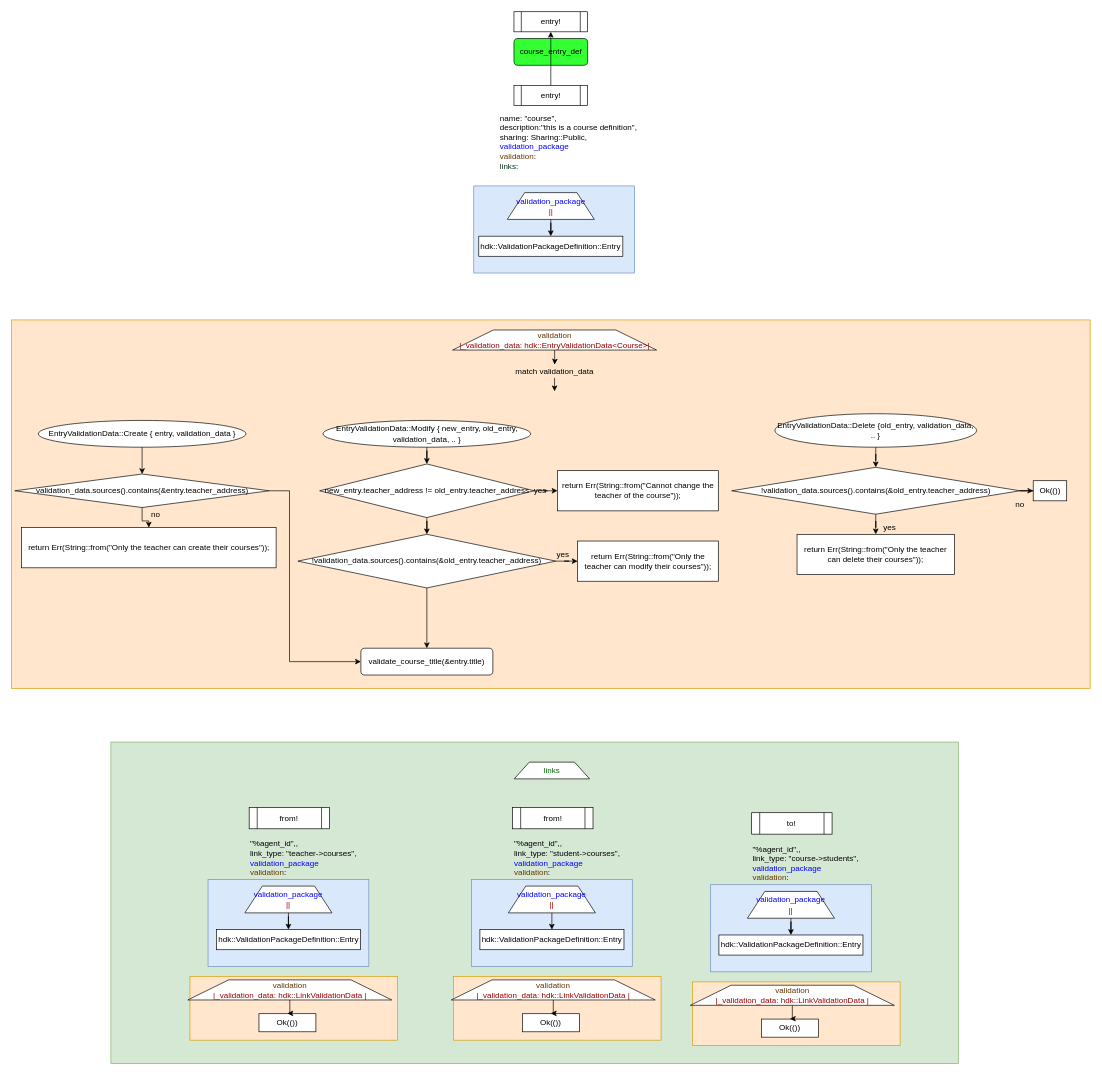
Above: page "course: course_entry_def" (4 of 8) of Untitled Diagram.drawio in sdelvalle57/hUdemy (draw.io), before the change. Source tidied: cells renumbered, new cells numbered last; positions are measured from the earlier drawing's top-left corner, leaving out a move shared by most shapes. Both pictures are drawn from the tidied source at 67%, with x=0, y=0 at pixel (11, 11).
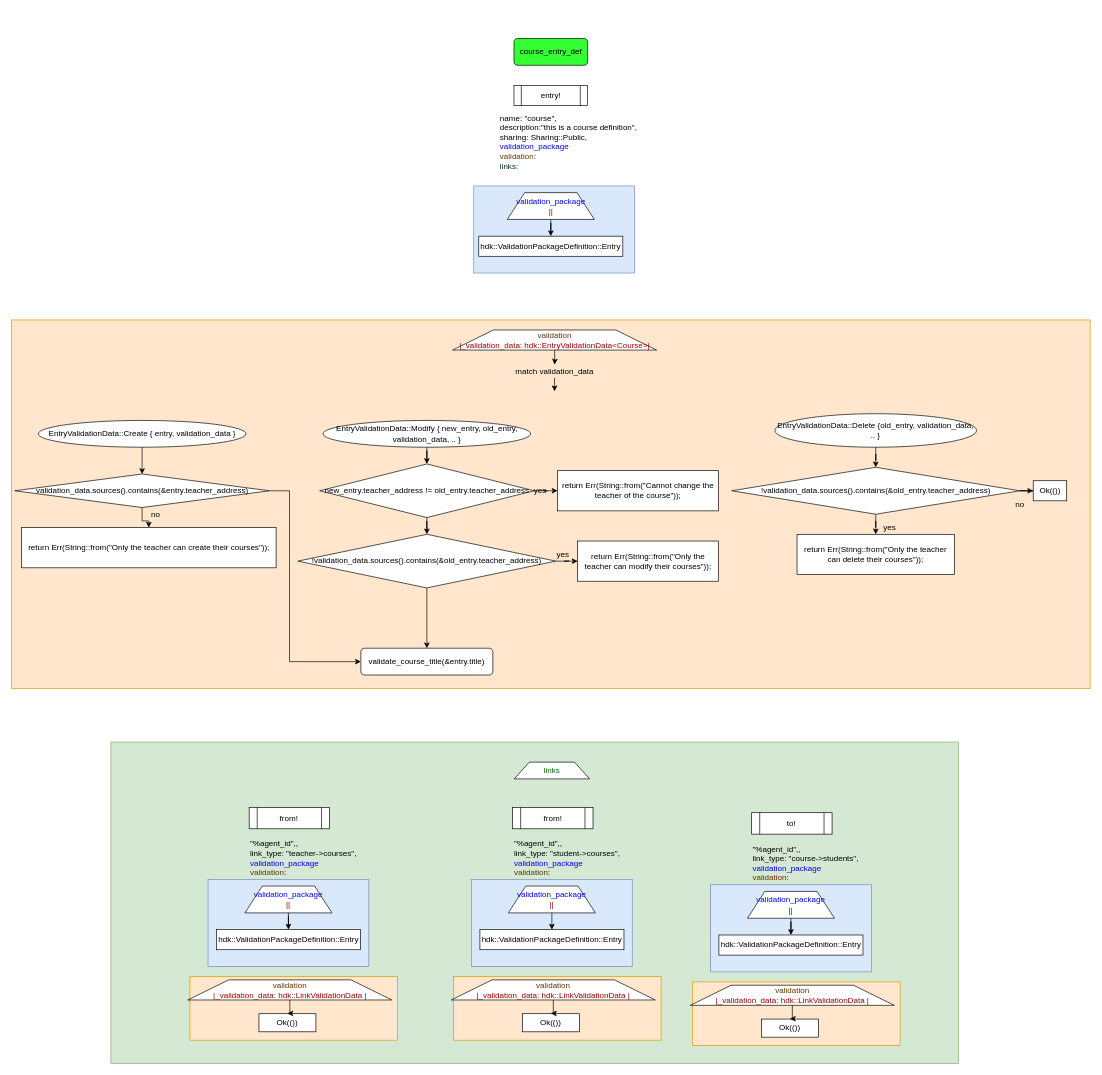
Above is the later version.

The change refers to these unchanged cells:
```xml
<mxCell id="5" value="entry!" style="shape=process;whiteSpace=wrap;html=1;backgroundOutline=1;fillColor=#FFFFFF;" parent="1" vertex="1">
  <mxGeometry x="749.6" y="110" width="110" height="30" as="geometry" />
</mxCell>
```

The edit, as a diff of the source:
```diff
@@
-    <mxCell id="4" style="edgeStyle=orthogonalEdgeStyle;rounded=0;jettySize=auto;html=1;" parent="1" edge="1" source="5" target="6">
-      <mxGeometry relative="1" as="geometry" />
-    </mxCell>
@@
-    <mxCell id="6" value="entry!" style="shape=process;whiteSpace=wrap;html=1;backgroundOutline=1;fillColor=#FFFFFF;" parent="1" vertex="1">
-      <mxGeometry x="749.6" width="110" height="30" as="geometry" />
-    </mxCell>
```
